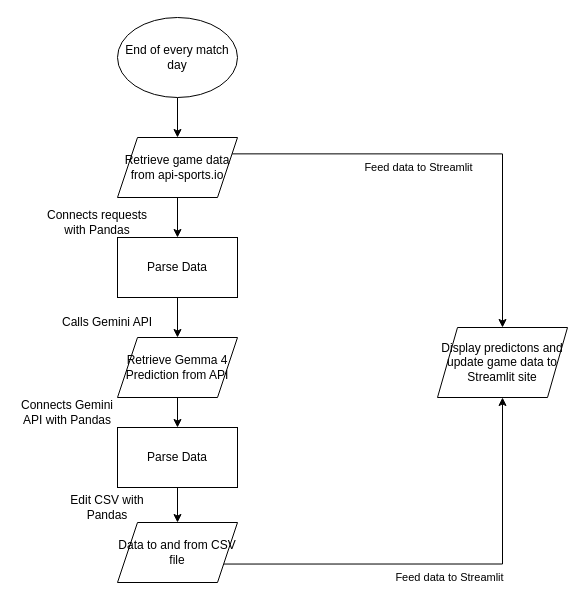
This is System_Diagram.drawio from Phil-Liao/AI_Football, a draw.io file, before an edit. Source tidied: cells renumbered, new cells numbered last; positions are measured from the earlier drawing's top-left corner, leaving out a move shared by most shapes. Both pictures are drawn from the tidied source at 100%, with x=0, y=0 at pixel (17, 17).
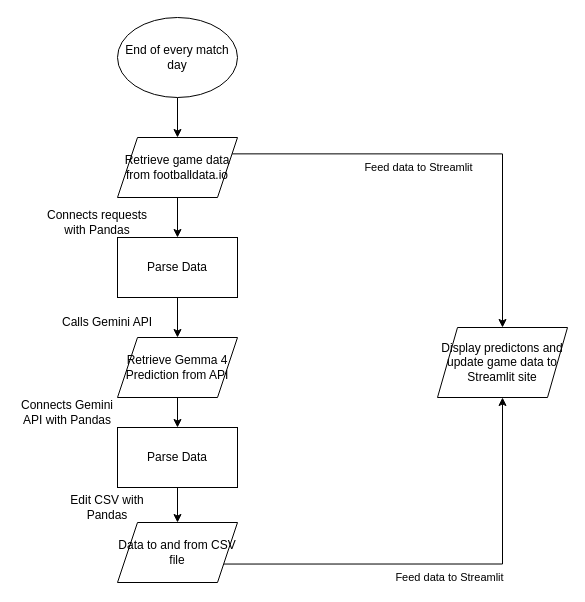
The same diagram, later.

Commit message (it also covers changes not shown here):
Refactor code structure for improved readability and maintainability

Modified the diagram to take footballdata.io instead of old API

Diff of the diagram source:
```diff
@@
-    <mxCell id="6" value="Retrieve game data from api-sports.io" style="shape=parallelogram;perimeter=parallelogramPerimeter;whiteSpace=wrap;html=1;shapeInside=1;fixedSize=1;" parent="1" vertex="1">
+    <mxCell id="6" value="Retrieve game data from footballdata.io" style="shape=parallelogram;perimeter=parallelogramPerimeter;whiteSpace=wrap;html=1;shapeInside=1;fixedSize=1;" parent="1" vertex="1">
       <mxGeometry x="100" y="120" width="120" height="60" as="geometry" />
     </mxCell>
```
